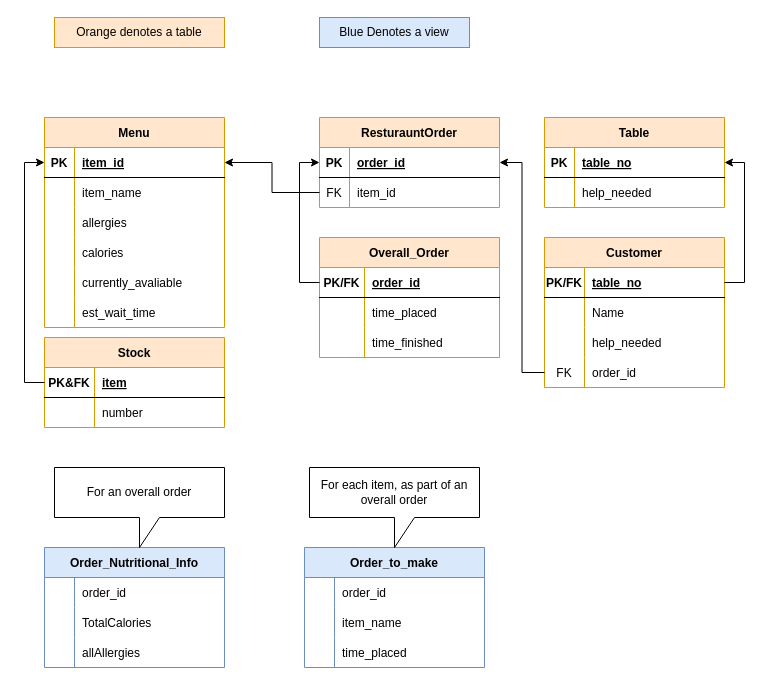
This is SQLDatabase/Diagrams/DrawIOSchema.drawio from mattyblackout/cs2815-project, a draw.io file, before an edit. Source tidied: cells renumbered, new cells numbered last; positions are measured from the earlier drawing's top-left corner, leaving out a move shared by most shapes. Both pictures are drawn from the tidied source at 100%, with x=0, y=0 at pixel (44, 17).
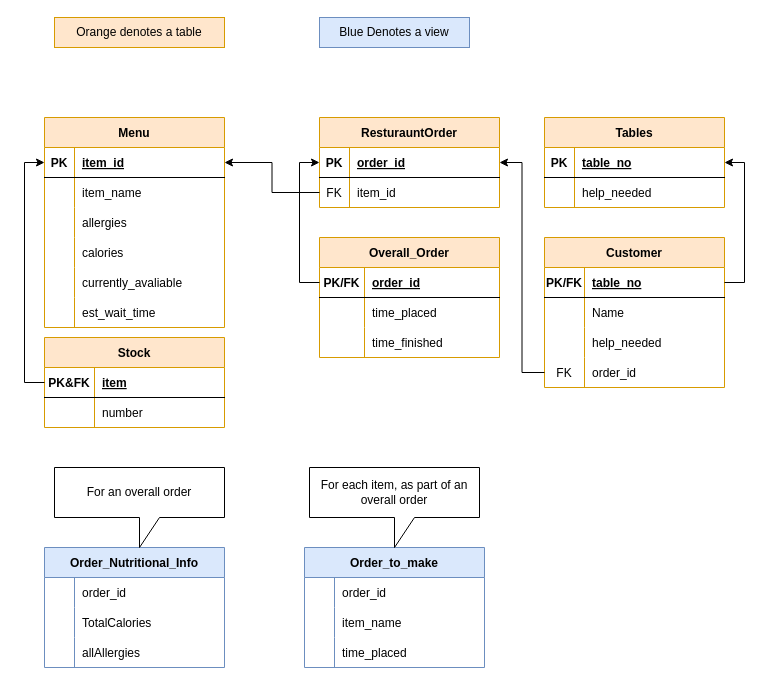
Above is the later version.

Commit message (it also covers changes not shown here):
Created file Tables to represent restaurant tables

Diff of the diagram source:
```diff
@@
-    <mxCell id="70" value="Table" style="shape=table;startSize=30;childLayout=tableLayout;rowLines=0;fontStyle=1;align=center;fillColor=#ffe6cc;strokeColor=#d79b00;" parent="1" vertex="1">
+    <mxCell id="70" value="Tables" style="shape=table;startSize=30;childLayout=tableLayout;rowLines=0;fontStyle=1;align=center;fillColor=#ffe6cc;strokeColor=#d79b00;" parent="1" vertex="1">
       <mxGeometry x="500" y="100" width="180" height="90" as="geometry" />
     </mxCell>
```
